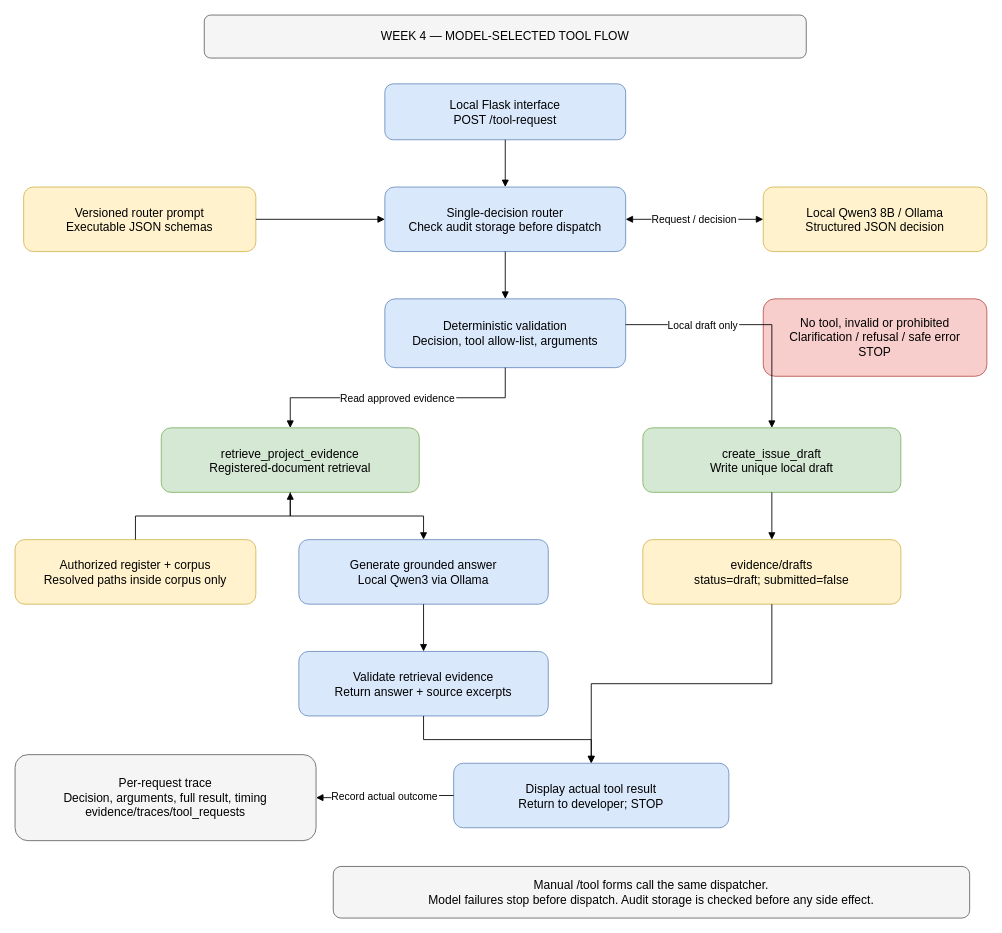
ambroseonyanga/Software-engineering-QA-agent-GroupO keeps this draw.io diagram as page "Week 4 tool flow" (2 of 2) of docs/architecture/week4-architecture.drawio. Above is the earlier version. Source tidied: cells renumbered, new cells numbered last; positions are measured from the earlier drawing's top-left corner, leaving out a move shared by most shapes. Both pictures are drawn from the tidied source at 86%, with x=0, y=0 at pixel (15, 15).
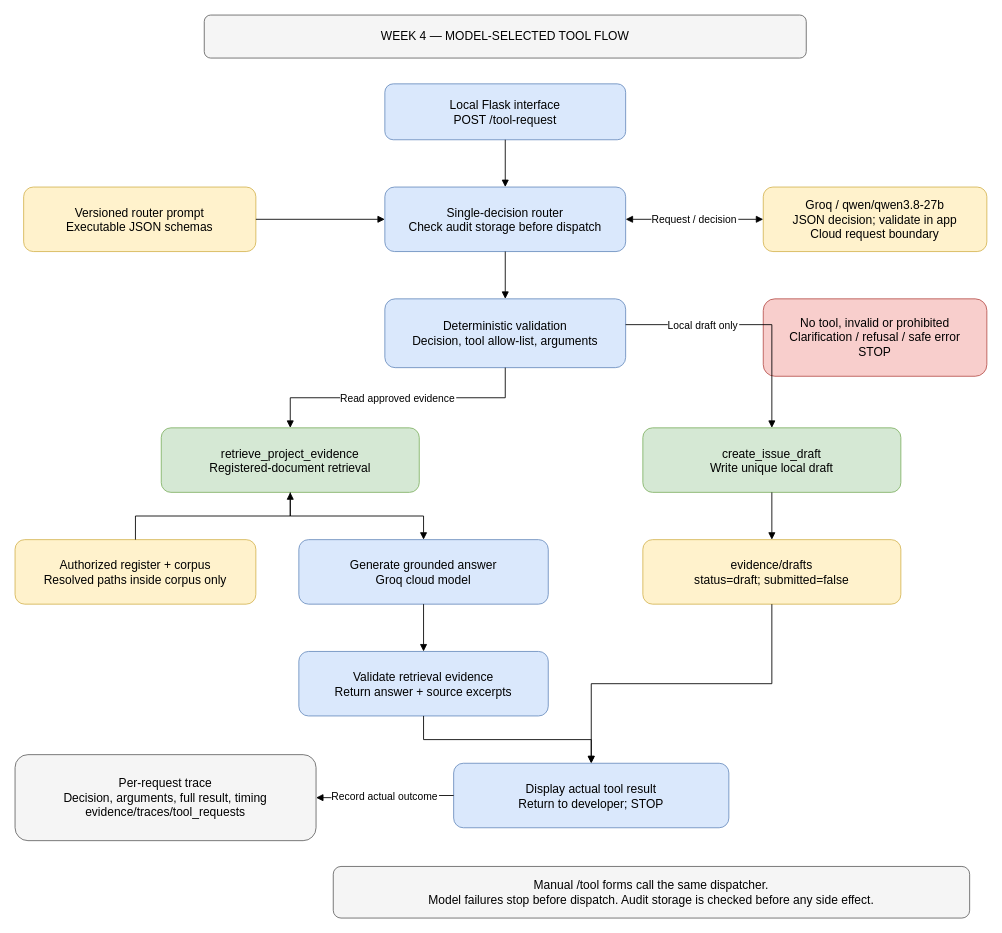
The same page after the edit.

Change to the diagram source:
```diff
@@
-    <mxCell id="6" value="Local Qwen3 8B / Ollama&#10;Structured JSON decision" style="rounded=1;whiteSpace=wrap;html=0;fillColor=#fff2cc;strokeColor=#d6b656;fontSize=14;spacing=10;" parent="1" vertex="1">
+    <mxCell id="6" value="Groq / qwen/qwen3.8-27b&#10;JSON decision; validate in app&#10;Cloud request boundary" style="rounded=1;whiteSpace=wrap;html=0;fillColor=#fff2cc;strokeColor=#d6b656;fontSize=14;spacing=10;" parent="1" vertex="1">
       <mxGeometry x="870" y="200" width="260" height="75" as="geometry" />
     </mxCell>
@@
-    <mxCell id="12" value="Generate grounded answer&#10;Local Qwen3 via Ollama" style="rounded=1;whiteSpace=wrap;html=0;fillColor=#dae8fc;strokeColor=#6c8ebf;fontSize=14;spacing=10;" parent="1" vertex="1">
+    <mxCell id="12" value="Generate grounded answer&#10;Groq cloud model" style="rounded=1;whiteSpace=wrap;html=0;fillColor=#dae8fc;strokeColor=#6c8ebf;fontSize=14;spacing=10;" parent="1" vertex="1">
       <mxGeometry x="330" y="610" width="290" height="75" as="geometry" />
     </mxCell>
```
